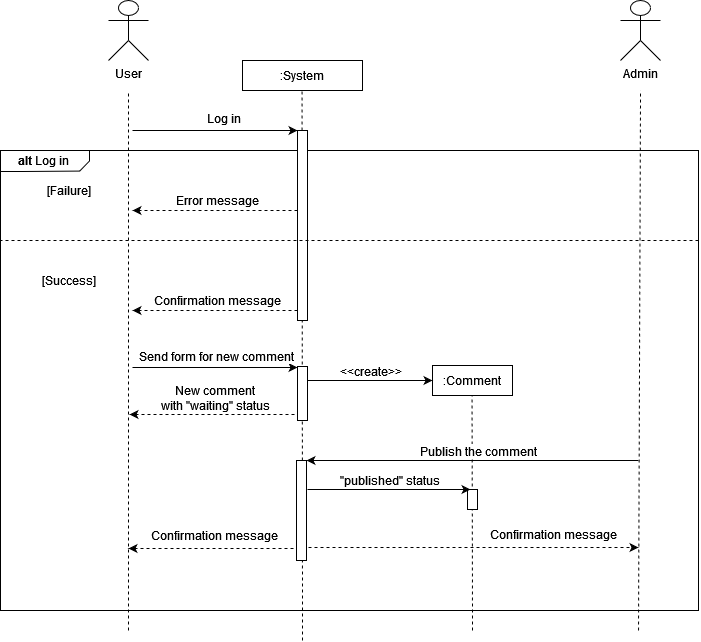
Before: diagrammes/diagrammes de séquence/Sequence diagram-Posting a comment.png, a diagram exported from draw.io (GN4RK/p5-blog). Source tidied: cells renumbered, new cells last; positions are measured from the earlier drawing's top-left corner, leaving out a move shared by most shapes. Source of this version:
```xml
<mxGraphModel>
  <root>
    <mxCell id="0" />
    <mxCell id="1" parent="0" />
    <mxCell id="2" style="verticalLabelPosition=bottom;verticalAlign=top;html=1;shape=mxgraph.basic.rect;fillColor2=none;strokeWidth=1;size=20;indent=5;" parent="1" vertex="1">
      <mxGeometry y="150" width="698" height="460" as="geometry" />
    </mxCell>
    <mxCell id="3" value="Admin" style="shape=umlActor;verticalLabelPosition=bottom;verticalAlign=top;html=1;" parent="1" vertex="1">
      <mxGeometry x="620" width="40" height="60" as="geometry" />
    </mxCell>
    <mxCell id="4" style="endArrow=none;dashed=1;html=1;rounded=0;" parent="1" edge="1">
      <mxGeometry relative="1" as="geometry">
        <mxPoint x="128" y="630" as="sourcePoint" />
        <mxPoint x="128" y="90" as="targetPoint" />
      </mxGeometry>
    </mxCell>
    <mxCell id="5" value=":System" style="rounded=0;whiteSpace=wrap;html=1;" parent="1" vertex="1">
      <mxGeometry x="242" y="60" width="120" height="30" as="geometry" />
    </mxCell>
    <mxCell id="6" style="endArrow=none;dashed=1;html=1;rounded=0;" parent="1" edge="1">
      <mxGeometry relative="1" as="geometry">
        <mxPoint x="302" y="640" as="sourcePoint" />
        <mxPoint x="301.5" y="90" as="targetPoint" />
      </mxGeometry>
    </mxCell>
    <mxCell id="7" style="endArrow=classic;html=1;rounded=0;entryX=0;entryY=0;entryDx=0;entryDy=0;" parent="1" edge="1">
      <mxGeometry relative="1" as="geometry">
        <mxPoint x="132" y="130" as="sourcePoint" />
        <mxPoint x="297" y="130" as="targetPoint" />
      </mxGeometry>
    </mxCell>
    <mxCell id="8" value="&lt;div&gt;&lt;font style=&quot;font-size: 12px&quot;&gt;Log in&lt;/font&gt;&lt;/div&gt;" style="edgeLabel;html=1;align=center;verticalAlign=middle;" parent="7" vertex="1">
      <mxGeometry x="-0.2" y="2" relative="1" as="geometry">
        <mxPoint x="24" y="-10" as="offset" />
      </mxGeometry>
    </mxCell>
    <mxCell id="9" style="rounded=0;whiteSpace=wrap;html=1;" parent="1" vertex="1">
      <mxGeometry x="297" y="130" width="10" height="190" as="geometry" />
    </mxCell>
    <mxCell id="10" style="endArrow=classic;html=1;rounded=0;exitX=0;exitY=0.75;exitDx=0;exitDy=0;dashed=1;" parent="1" edge="1">
      <mxGeometry relative="1" as="geometry">
        <mxPoint x="297" y="210" as="sourcePoint" />
        <mxPoint x="132" y="210" as="targetPoint" />
      </mxGeometry>
    </mxCell>
    <mxCell id="11" value="Error message" style="text;html=1;align=center;verticalAlign=middle;strokeColor=none;fillColor=none;" parent="1" vertex="1">
      <mxGeometry x="167" y="190" width="100" height="20" as="geometry" />
    </mxCell>
    <mxCell id="12" style="verticalLabelPosition=bottom;verticalAlign=top;html=1;shape=mxgraph.basic.polygon;polyCoords=[[0,0],[1,0],[1,0.25],[1,0.5],[0.89,0.98],[0.25,1],[0,1],[0,0.25]];polyline=0;" parent="1" vertex="1">
      <mxGeometry y="150" width="89" height="21" as="geometry" />
    </mxCell>
    <mxCell id="13" value="&lt;b&gt;alt&lt;/b&gt; Log in" style="text;html=1;align=center;verticalAlign=middle;strokeColor=none;fillColor=none;" parent="1" vertex="1">
      <mxGeometry x="8" y="150" width="70" height="20" as="geometry" />
    </mxCell>
    <mxCell id="14" value="[Failure]" style="text;html=1;align=center;verticalAlign=middle;strokeColor=none;fillColor=none;" parent="1" vertex="1">
      <mxGeometry x="38" y="180" width="60" height="20" as="geometry" />
    </mxCell>
    <mxCell id="15" style="endArrow=none;dashed=1;html=1;rounded=0;fontSize=12;" parent="1" edge="1">
      <mxGeometry relative="1" as="geometry">
        <mxPoint x="698" y="240" as="sourcePoint" />
        <mxPoint y="240" as="targetPoint" />
      </mxGeometry>
    </mxCell>
    <mxCell id="16" value="[Success]" style="text;html=1;align=center;verticalAlign=middle;strokeColor=none;fillColor=none;" parent="1" vertex="1">
      <mxGeometry x="33" y="270" width="70" height="20" as="geometry" />
    </mxCell>
    <mxCell id="17" style="endArrow=classic;html=1;rounded=0;exitX=0;exitY=0.75;exitDx=0;exitDy=0;dashed=1;" parent="1" edge="1">
      <mxGeometry relative="1" as="geometry">
        <mxPoint x="297" y="310" as="sourcePoint" />
        <mxPoint x="132" y="310" as="targetPoint" />
      </mxGeometry>
    </mxCell>
    <mxCell id="18" value="Confirmation message" style="text;html=1;align=center;verticalAlign=middle;strokeColor=none;fillColor=none;" parent="1" vertex="1">
      <mxGeometry x="147" y="290" width="140" height="20" as="geometry" />
    </mxCell>
    <mxCell id="19" style="endArrow=classic;html=1;rounded=0;entryX=0;entryY=0;entryDx=0;entryDy=0;" parent="1" edge="1">
      <mxGeometry relative="1" as="geometry">
        <mxPoint x="132" y="367" as="sourcePoint" />
        <mxPoint x="297" y="367" as="targetPoint" />
      </mxGeometry>
    </mxCell>
    <mxCell id="20" value="&lt;div&gt;&lt;font style=&quot;font-size: 12px&quot;&gt;Send form for new comment&lt;br&gt;&lt;/font&gt;&lt;/div&gt;" style="edgeLabel;html=1;align=center;verticalAlign=middle;" parent="19" vertex="1">
      <mxGeometry x="-0.2" y="2" relative="1" as="geometry">
        <mxPoint x="17" y="-10" as="offset" />
      </mxGeometry>
    </mxCell>
    <mxCell id="21" style="endArrow=classic;html=1;rounded=0;exitX=0;exitY=0.75;exitDx=0;exitDy=0;dashed=1;" parent="1" edge="1">
      <mxGeometry relative="1" as="geometry">
        <mxPoint x="294" y="414" as="sourcePoint" />
        <mxPoint x="129" y="414" as="targetPoint" />
      </mxGeometry>
    </mxCell>
    <mxCell id="22" value="New comment &lt;br&gt;with &quot;waiting&quot; status" style="text;html=1;align=center;verticalAlign=middle;strokeColor=none;fillColor=none;" parent="1" vertex="1">
      <mxGeometry x="155" y="383" width="120" height="30" as="geometry" />
    </mxCell>
    <mxCell id="23" value=":Comment" style="rounded=0;whiteSpace=wrap;html=1;fontSize=12;" parent="1" vertex="1">
      <mxGeometry x="432" y="365" width="80" height="30" as="geometry" />
    </mxCell>
    <mxCell id="24" style="endArrow=none;dashed=1;html=1;rounded=0;" parent="1" edge="1">
      <mxGeometry relative="1" as="geometry">
        <mxPoint x="472" y="630" as="sourcePoint" />
        <mxPoint x="471.5" y="395" as="targetPoint" />
      </mxGeometry>
    </mxCell>
    <mxCell id="25" style="edgeStyle=orthogonalEdgeStyle;rounded=0;orthogonalLoop=1;jettySize=auto;html=1;fontSize=12;" parent="1" edge="1">
      <mxGeometry relative="1" as="geometry">
        <mxPoint x="307" y="380" as="sourcePoint" />
        <mxPoint x="432" y="380" as="targetPoint" />
      </mxGeometry>
    </mxCell>
    <mxCell id="26" value="&amp;lt;&amp;lt;create&amp;gt;&amp;gt;" style="edgeLabel;html=1;align=center;verticalAlign=middle;fontSize=12;" parent="25" vertex="1">
      <mxGeometry x="0.17" relative="1" as="geometry">
        <mxPoint x="-11" y="-10" as="offset" />
      </mxGeometry>
    </mxCell>
    <mxCell id="27" style="rounded=0;whiteSpace=wrap;html=1;" parent="1" vertex="1">
      <mxGeometry x="297" y="366" width="10" height="54" as="geometry" />
    </mxCell>
    <mxCell id="28" style="endArrow=classic;html=1;rounded=0;entryX=0;entryY=0;entryDx=0;entryDy=0;" parent="1" edge="1">
      <mxGeometry relative="1" as="geometry">
        <mxPoint x="638" y="460" as="sourcePoint" />
        <mxPoint x="306" y="460" as="targetPoint" />
      </mxGeometry>
    </mxCell>
    <mxCell id="29" value="&lt;div&gt;&lt;font style=&quot;font-size: 12px&quot;&gt;Publish the comment&lt;br&gt;&lt;/font&gt;&lt;/div&gt;" style="edgeLabel;html=1;align=center;verticalAlign=middle;" parent="28" vertex="1">
      <mxGeometry x="-0.2" y="2" relative="1" as="geometry">
        <mxPoint x="-28" y="-12" as="offset" />
      </mxGeometry>
    </mxCell>
    <mxCell id="30" value="Confirmation message" style="text;html=1;align=center;verticalAlign=middle;strokeColor=none;fillColor=none;" parent="1" vertex="1">
      <mxGeometry x="144" y="525" width="140" height="20" as="geometry" />
    </mxCell>
    <mxCell id="31" style="rounded=0;whiteSpace=wrap;html=1;" parent="1" vertex="1">
      <mxGeometry x="296" y="460" width="10" height="100" as="geometry" />
    </mxCell>
    <mxCell id="32" style="endArrow=classic;html=1;rounded=0;exitX=0;exitY=0.75;exitDx=0;exitDy=0;dashed=1;" parent="1" edge="1">
      <mxGeometry relative="1" as="geometry">
        <mxPoint x="293" y="548" as="sourcePoint" />
        <mxPoint x="128" y="548" as="targetPoint" />
      </mxGeometry>
    </mxCell>
    <mxCell id="33" style="rounded=0;whiteSpace=wrap;html=1;" parent="1" vertex="1">
      <mxGeometry x="467" y="489" width="10" height="20" as="geometry" />
    </mxCell>
    <mxCell id="34" style="endArrow=classic;html=1;rounded=0;entryX=0;entryY=0.25;entryDx=0;entryDy=0;" parent="1" edge="1">
      <mxGeometry relative="1" as="geometry">
        <mxPoint x="307" y="489" as="sourcePoint" />
        <mxPoint x="470" y="489" as="targetPoint" />
      </mxGeometry>
    </mxCell>
    <mxCell id="35" value="&lt;div&gt;&quot;published&quot; status&lt;br&gt;&lt;/div&gt;" style="edgeLabel;html=1;align=center;verticalAlign=middle;fontSize=12;" parent="34" vertex="1">
      <mxGeometry x="-0.2" y="2" relative="1" as="geometry">
        <mxPoint x="16" y="-8" as="offset" />
      </mxGeometry>
    </mxCell>
    <mxCell id="36" value="User" style="shape=umlActor;verticalLabelPosition=bottom;verticalAlign=top;html=1;" parent="1" vertex="1">
      <mxGeometry x="108" width="40" height="60" as="geometry" />
    </mxCell>
    <mxCell id="37" style="endArrow=none;dashed=1;html=1;rounded=0;" parent="1" edge="1">
      <mxGeometry relative="1" as="geometry">
        <mxPoint x="638" y="630" as="sourcePoint" />
        <mxPoint x="640" y="90" as="targetPoint" />
      </mxGeometry>
    </mxCell>
    <mxCell id="38" value="Confirmation message" style="text;html=1;align=center;verticalAlign=middle;strokeColor=none;fillColor=none;" parent="1" vertex="1">
      <mxGeometry x="483" y="524" width="140" height="20" as="geometry" />
    </mxCell>
    <mxCell id="39" style="endArrow=classic;html=1;rounded=0;dashed=1;" parent="1" edge="1">
      <mxGeometry relative="1" as="geometry">
        <mxPoint x="308" y="547" as="sourcePoint" />
        <mxPoint x="638" y="547" as="targetPoint" />
      </mxGeometry>
    </mxCell>
  </root>
</mxGraphModel>
```
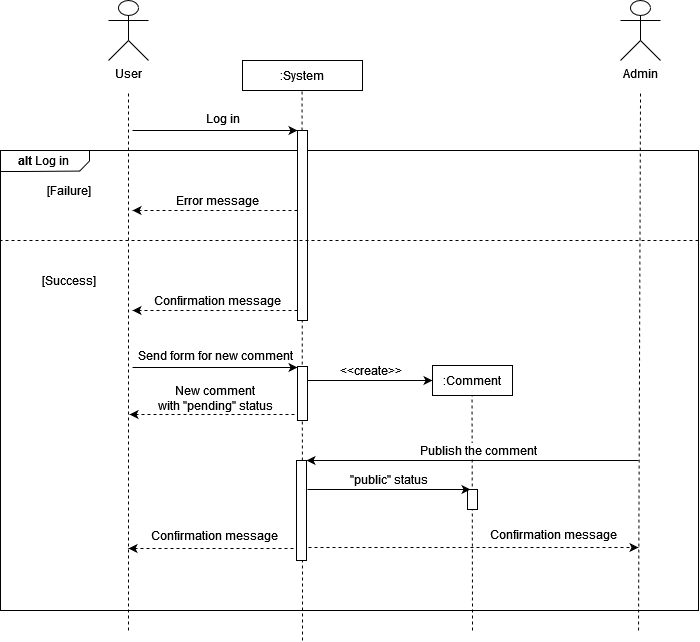
The same diagram one commit later.

Commit message:
corrected status naming

The edit, as a diff of the source:
```diff
@@ -90,8 +90,8 @@
         <mxPoint x="129" y="414" as="targetPoint" />
       </mxGeometry>
     </mxCell>
-    <mxCell id="22" value="New comment &lt;br&gt;with &quot;waiting&quot; status" style="text;html=1;align=center;verticalAlign=middle;strokeColor=none;fillColor=none;" parent="1" vertex="1">
-      <mxGeometry x="155" y="383" width="120" height="30" as="geometry" />
+    <mxCell id="22" value="New comment &lt;br&gt;with &quot;pending&quot; status" style="text;html=1;align=center;verticalAlign=middle;strokeColor=none;fillColor=none;" parent="1" vertex="1">
+      <mxGeometry x="145" y="378" width="140" height="40" as="geometry" />
     </mxCell>
     <mxCell id="23" value=":Comment" style="rounded=0;whiteSpace=wrap;html=1;fontSize=12;" parent="1" vertex="1">
       <mxGeometry x="432" y="365" width="80" height="30" as="geometry" />
@@ -148,7 +148,7 @@
         <mxPoint x="470" y="489" as="targetPoint" />
       </mxGeometry>
     </mxCell>
-    <mxCell id="35" value="&lt;div&gt;&quot;published&quot; status&lt;br&gt;&lt;/div&gt;" style="edgeLabel;html=1;align=center;verticalAlign=middle;fontSize=12;" parent="34" vertex="1">
+    <mxCell id="35" value="&lt;div&gt;&quot;public&quot; status&lt;br&gt;&lt;/div&gt;" style="edgeLabel;html=1;align=center;verticalAlign=middle;fontSize=12;" parent="34" vertex="1">
       <mxGeometry x="-0.2" y="2" relative="1" as="geometry">
         <mxPoint x="16" y="-8" as="offset" />
       </mxGeometry>
```
